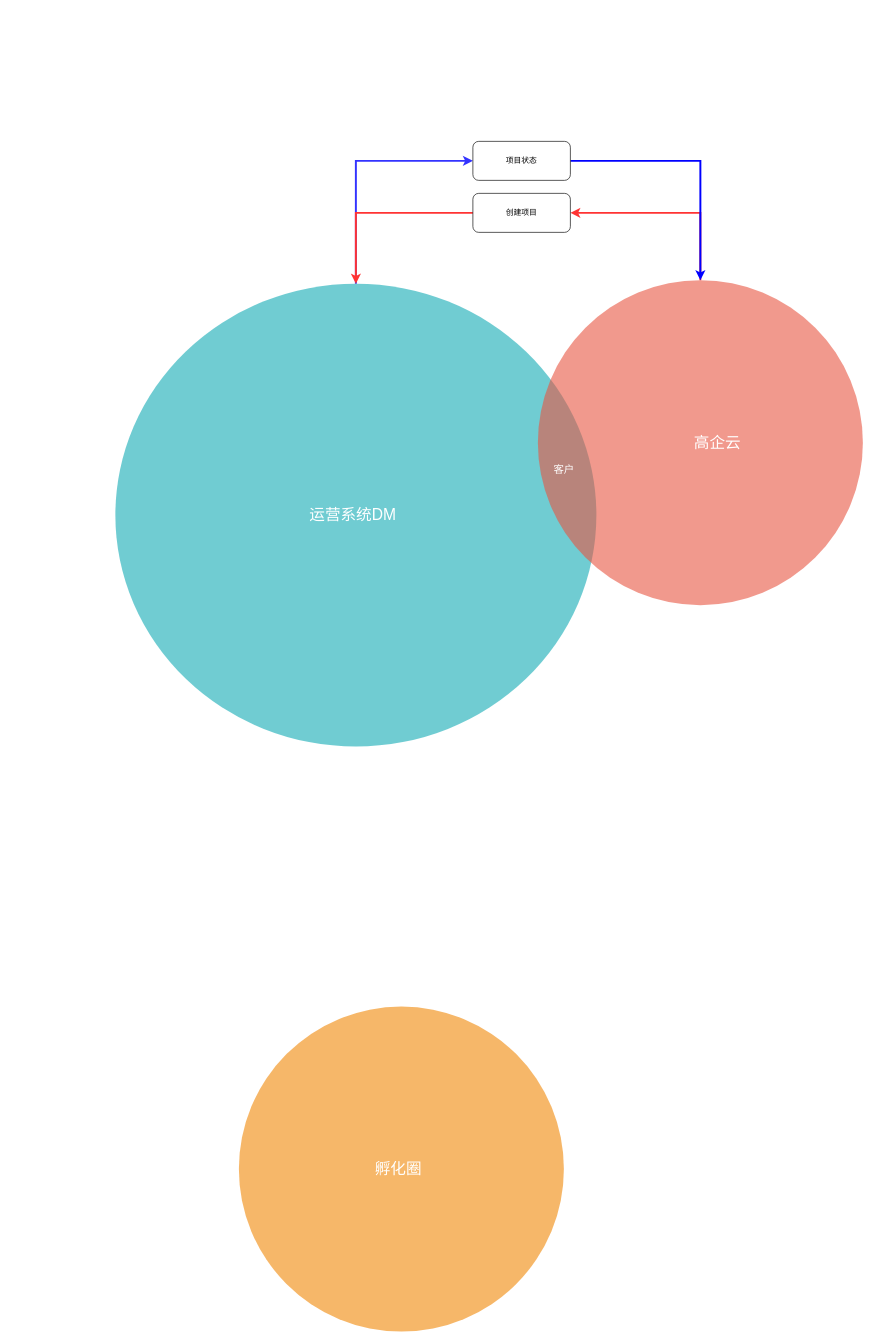
Before: 项目.drawio in cocokoo/website, a draw.io diagram. Source tidied: cells renumbered, new cells numbered last; positions are measured from the earlier drawing's top-left corner, leaving out a move shared by most shapes. Both pictures are drawn from the tidied source at 65%, with x=0, y=0 at pixel (115, 141).
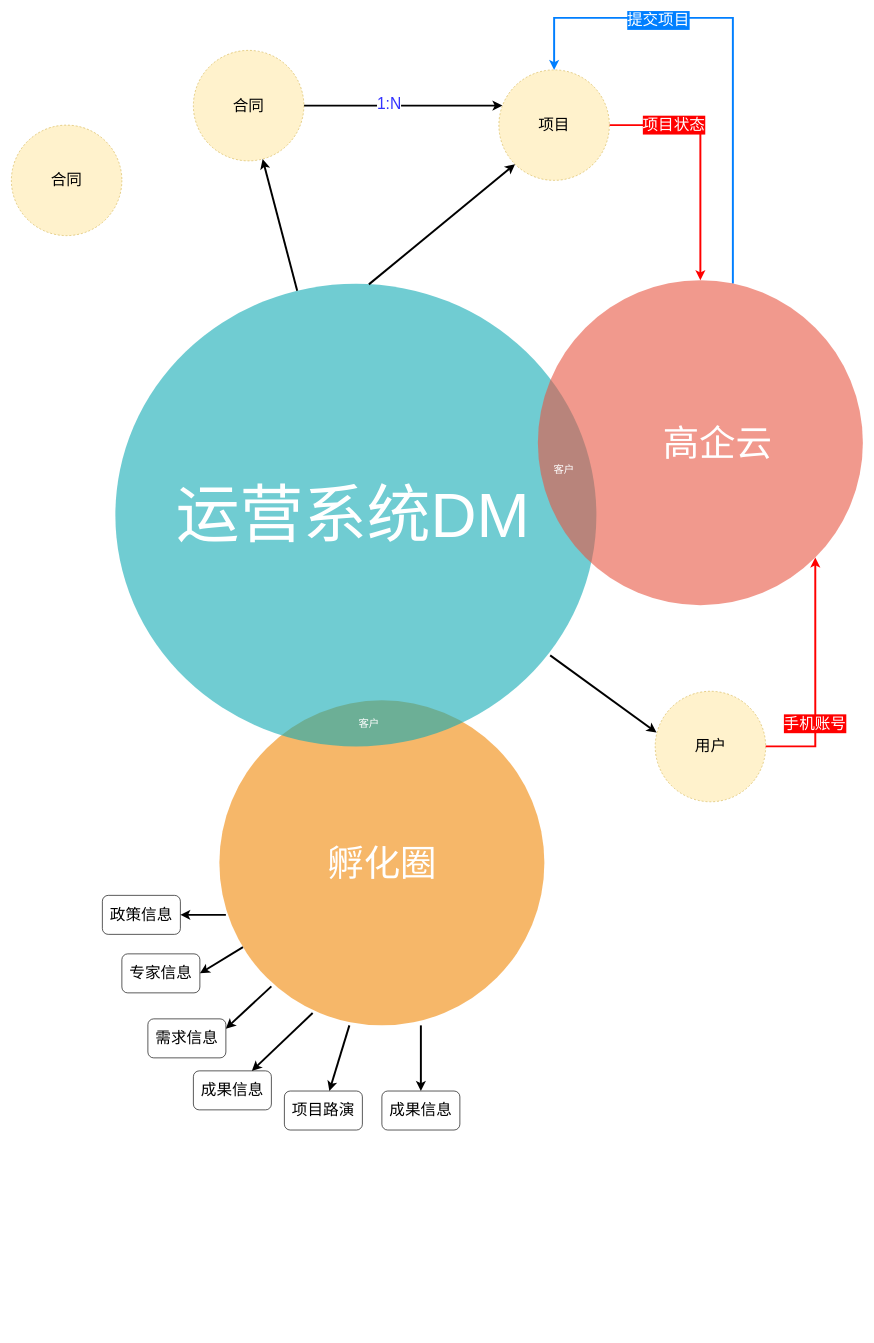
Above is the later version.

The change refers to these unchanged cells:
```xml
<mxCell id="4" style="ellipse;fillColor=#12AAB5;opacity=60;strokeColor=none;html=1;fontColor=#FFFFFF;" parent="1" vertex="1">
  <mxGeometry y="219" width="740" height="712" as="geometry" />
</mxCell>
<mxCell id="6" style="ellipse;fillColor=#e85642;opacity=60;strokeColor=none;html=1;fontColor=#FFFFFF;" parent="1" vertex="1">
  <mxGeometry x="650" y="213.5" width="500" height="500" as="geometry" />
</mxCell>
```

Diff of the diagram source:
```diff
@@
-    <mxCell id="2" style="ellipse;fillColor=#F08705;opacity=60;strokeColor=none;html=1;fontColor=#FFFFFF;" parent="1" vertex="1">
-      <mxGeometry x="190" y="1331" width="500" height="500" as="geometry" />
+    <mxCell id="2" value="&lt;font style=&quot;font-size: 56px&quot;&gt;孵化圈&lt;/font&gt;" style="ellipse;fillColor=#F08705;opacity=60;strokeColor=none;html=1;fontColor=#FFFFFF;" parent="1" vertex="1">
+      <mxGeometry x="160" y="860" width="500" height="500" as="geometry" />
     </mxCell>
-    <mxCell id="3" style="edgeStyle=orthogonalEdgeStyle;rounded=0;jettySize=auto;html=1;entryX=0;entryY=0.5;entryDx=0;entryDy=0;strokeColor=#3333FF;strokeWidth=3;" parent="1" edge="1" source="4" target="12">
-      <mxGeometry relative="1" as="geometry" />
-    </mxCell>
@@
-    <mxCell id="5" style="edgeStyle=orthogonalEdgeStyle;rounded=0;jettySize=auto;html=1;entryX=1;entryY=0.5;entryDx=0;entryDy=0;strokeColor=#FF3333;strokeWidth=3;" parent="1" edge="1" source="6" target="14">
-      <mxGeometry relative="1" as="geometry" />
-    </mxCell>
+    <mxCell id="15" style="edgeStyle=orthogonalEdgeStyle;rounded=0;jettySize=auto;html=1;entryX=0.5;entryY=0;entryDx=0;entryDy=0;strokeColor=#007FFF;strokeWidth=3;fontSize=24;fontColor=#FF0000;" parent="1" edge="1" source="6" target="18">
+      <mxGeometry relative="1" as="geometry">
+        <Array as="points">
+          <mxPoint x="950" y="-190" />
+          <mxPoint x="675" y="-190" />
+        </Array>
+      </mxGeometry>
+    </mxCell>
+    <mxCell id="16" value="提交项目" style="text;html=1;align=center;verticalAlign=middle;labelBackgroundColor=#007FFF;fontSize=24;labelBorderColor=none;fontColor=#FFFFFF;" parent="15" vertex="1">
+      <mxGeometry x="0.06" y="116" relative="1" as="geometry" />
+    </mxCell>
@@
-    <mxCell id="7" value="运营系统DM" style="text;fontSize=24;align=center;verticalAlign=middle;html=1;fontColor=#FFFFFF;" parent="1" vertex="1">
+    <mxCell id="7" value="&lt;font style=&quot;font-size: 98px&quot;&gt;运营系统DM&lt;/font&gt;" style="text;fontSize=24;align=center;verticalAlign=middle;html=1;fontColor=#FFFFFF;" parent="1" vertex="1">
       <mxGeometry x="270" y="540" width="190" height="70" as="geometry" />
     </mxCell>
-    <mxCell id="8" value="高企云" style="text;fontSize=24;align=center;verticalAlign=middle;html=1;fontColor=#FFFFFF;" parent="1" vertex="1">
+    <mxCell id="8" value="&lt;font style=&quot;font-size: 56px&quot;&gt;高企云&lt;/font&gt;" style="text;fontSize=24;align=center;verticalAlign=middle;html=1;fontColor=#FFFFFF;" parent="1" vertex="1">
       <mxGeometry x="830.5" y="428.5" width="190" height="70" as="geometry" />
     </mxCell>
@@
-    <mxCell id="11" style="edgeStyle=orthogonalEdgeStyle;rounded=0;jettySize=auto;html=1;entryX=0.5;entryY=0;entryDx=0;entryDy=0;strokeColor=#0000FF;strokeWidth=3;" parent="1" edge="1" source="12" target="6">
-      <mxGeometry relative="1" as="geometry">
-        <Array as="points">
-          <mxPoint x="900" y="30" />
-        </Array>
-      </mxGeometry>
-    </mxCell>
+    <mxCell id="17" style="edgeStyle=orthogonalEdgeStyle;rounded=0;jettySize=auto;html=1;exitX=1;exitY=0.5;exitDx=0;exitDy=0;strokeColor=#FF0000;strokeWidth=3;fontSize=24;" parent="1" edge="1" source="18" target="6">
+      <mxGeometry relative="1" as="geometry" />
+    </mxCell>
-    <mxCell id="12" value="项目状态" style="rounded=1;whiteSpace=wrap;html=1;" parent="1" vertex="1">
-      <mxGeometry x="550" width="150" height="60" as="geometry" />
+    <mxCell id="12" value="项目状态" style="text;html=1;points=[];align=center;verticalAlign=middle;labelBackgroundColor=#FF0000;fontSize=24;labelBorderColor=none;fontColor=#FFFFFF;" parent="17" vertex="1">
+      <mxGeometry x="-0.48" y="1" relative="1" as="geometry" />
     </mxCell>
-    <mxCell id="13" style="edgeStyle=orthogonalEdgeStyle;rounded=0;jettySize=auto;html=1;entryX=0.5;entryY=0;entryDx=0;entryDy=0;exitX=0;exitY=0.5;exitDx=0;exitDy=0;strokeColor=#FF3333;strokeWidth=3;" parent="1" edge="1" source="14" target="4">
-      <mxGeometry relative="1" as="geometry" />
-    </mxCell>
-    <mxCell id="14" value="创建项目" style="rounded=1;whiteSpace=wrap;html=1;" parent="1" vertex="1">
-      <mxGeometry x="550" y="80" width="150" height="60" as="geometry" />
-    </mxCell>
+    <mxCell id="18" value="项目" style="ellipse;whiteSpace=wrap;html=1;fillColor=#fff2cc;strokeColor=#d6b656;dashed=1;fontSize=24;" parent="1" vertex="1">
+      <mxGeometry x="590" y="-110" width="170" height="170" as="geometry" />
+    </mxCell>
+    <mxCell id="19" style="endArrow=classic;html=1;strokeColor=#000000;strokeWidth=3;entryX=0;entryY=1;entryDx=0;entryDy=0;" parent="1" edge="1" target="18">
+      <mxGeometry relative="1" as="geometry">
+        <mxPoint x="390" y="220" as="sourcePoint" />
+      </mxGeometry>
+    </mxCell>
+    <mxCell id="20" value="用户" style="ellipse;whiteSpace=wrap;html=1;fillColor=#fff2cc;strokeColor=#d6b656;dashed=1;fontSize=24;" parent="1" vertex="1">
+      <mxGeometry x="830.5" y="846" width="170" height="170" as="geometry" />
+    </mxCell>
+    <mxCell id="21" value="客户" style="text;align=center;html=1;fontColor=#FFFFFF;fontSize=16;" parent="1" vertex="1">
+      <mxGeometry x="370" y="880" width="40" height="40" as="geometry" />
+    </mxCell>
+    <mxCell id="22" style="endArrow=classic;html=1;strokeColor=#000000;strokeWidth=3;fontSize=24;fontColor=#3333FF;entryX=0.012;entryY=0.374;entryDx=0;entryDy=0;exitX=0.904;exitY=0.803;exitDx=0;exitDy=0;exitPerimeter=0;entryPerimeter=0;" parent="1" edge="1" source="4" target="20">
+      <mxGeometry relative="1" as="geometry" />
+    </mxCell>
+    <mxCell id="23" style="edgeStyle=orthogonalEdgeStyle;rounded=0;jettySize=auto;html=1;exitX=1;exitY=0.5;exitDx=0;exitDy=0;strokeColor=#FF0000;strokeWidth=3;fontSize=24;entryX=1;entryY=1;entryDx=0;entryDy=0;" parent="1" edge="1" target="6">
+      <mxGeometry relative="1" as="geometry">
+        <mxPoint x="1000.5" y="930.8" as="sourcePoint" />
+        <Array as="points">
+          <mxPoint x="1077" y="931" />
+        </Array>
+      </mxGeometry>
+    </mxCell>
+    <mxCell id="24" value="手机账号" style="text;html=1;align=center;verticalAlign=bottom;labelBackgroundColor=#FF0000;fontSize=24;labelBorderColor=none;fontColor=#FFFFFF;" parent="23" vertex="1">
+      <mxGeometry x="-0.48" y="1" relative="1" as="geometry" />
+    </mxCell>
+    <mxCell id="25" value="&lt;font color=&quot;#000000&quot;&gt;政策信息&lt;/font&gt;" style="rounded=1;whiteSpace=wrap;html=1;labelBackgroundColor=none;fontSize=24;fontColor=#3333FF;fillColor=#ffffff;" parent="1" vertex="1">
+      <mxGeometry x="-20" y="1160" width="120" height="60" as="geometry" />
+    </mxCell>
+    <mxCell id="26" style="endArrow=classic;html=1;strokeColor=#000000;strokeWidth=3;fontSize=24;fontColor=#3333FF;entryX=1;entryY=0.5;entryDx=0;entryDy=0;" parent="1" edge="1" target="25">
+      <mxGeometry relative="1" as="geometry">
+        <mxPoint x="170" y="1190" as="sourcePoint" />
+      </mxGeometry>
+    </mxCell>
+    <mxCell id="27" value="&lt;font color=&quot;#000000&quot;&gt;专家信息&lt;/font&gt;" style="rounded=1;whiteSpace=wrap;html=1;labelBackgroundColor=none;fontSize=24;fontColor=#3333FF;fillColor=#ffffff;" parent="1" vertex="1">
+      <mxGeometry x="10" y="1250" width="120" height="60" as="geometry" />
+    </mxCell>
+    <mxCell id="28" style="endArrow=classic;html=1;strokeColor=#000000;strokeWidth=3;fontSize=24;fontColor=#3333FF;entryX=1;entryY=0.5;entryDx=0;entryDy=0;" parent="1" edge="1" source="2" target="27">
+      <mxGeometry relative="1" as="geometry" />
+    </mxCell>
+    <mxCell id="29" value="&lt;font color=&quot;#000000&quot;&gt;需求信息&lt;/font&gt;" style="rounded=1;whiteSpace=wrap;html=1;labelBackgroundColor=none;fontSize=24;fontColor=#3333FF;fillColor=#ffffff;" parent="1" vertex="1">
+      <mxGeometry x="50" y="1350" width="120" height="60" as="geometry" />
+    </mxCell>
+    <mxCell id="30" style="endArrow=classic;html=1;strokeColor=#000000;strokeWidth=3;fontSize=24;fontColor=#3333FF;entryX=1;entryY=0.25;entryDx=0;entryDy=0;" parent="1" edge="1" target="29">
+      <mxGeometry relative="1" as="geometry">
+        <mxPoint x="240" y="1300" as="sourcePoint" />
+      </mxGeometry>
+    </mxCell>
+    <mxCell id="31" value="&lt;font color=&quot;#000000&quot;&gt;成果信息&lt;/font&gt;" style="rounded=1;whiteSpace=wrap;html=1;labelBackgroundColor=none;fontSize=24;fontColor=#3333FF;fillColor=#ffffff;" parent="1" vertex="1">
+      <mxGeometry x="120" y="1430" width="120" height="60" as="geometry" />
+    </mxCell>
+    <mxCell id="32" style="endArrow=classic;html=1;strokeColor=#000000;strokeWidth=3;fontSize=24;fontColor=#3333FF;entryX=0.75;entryY=0;entryDx=0;entryDy=0;exitX=0.287;exitY=0.962;exitDx=0;exitDy=0;exitPerimeter=0;" parent="1" edge="1" source="2" target="31">
+      <mxGeometry relative="1" as="geometry" />
+    </mxCell>
+    <mxCell id="33" value="&lt;font color=&quot;#000000&quot;&gt;项目路演&lt;/font&gt;" style="rounded=1;whiteSpace=wrap;html=1;labelBackgroundColor=none;fontSize=24;fontColor=#3333FF;fillColor=#ffffff;" parent="1" vertex="1">
+      <mxGeometry x="260" y="1461" width="120" height="60" as="geometry" />
+    </mxCell>
+    <mxCell id="34" style="endArrow=classic;html=1;strokeColor=#000000;strokeWidth=3;fontSize=24;fontColor=#3333FF;" parent="1" edge="1" target="33">
+      <mxGeometry relative="1" as="geometry">
+        <mxPoint x="360" y="1360" as="sourcePoint" />
+      </mxGeometry>
+    </mxCell>
+    <mxCell id="35" value="&lt;font color=&quot;#000000&quot;&gt;成果信息&lt;/font&gt;" style="rounded=1;whiteSpace=wrap;html=1;labelBackgroundColor=none;fontSize=24;fontColor=#3333FF;fillColor=#ffffff;" parent="1" vertex="1">
+      <mxGeometry x="410" y="1461" width="120" height="60" as="geometry" />
+    </mxCell>
+    <mxCell id="36" style="endArrow=classic;html=1;strokeColor=#000000;strokeWidth=3;fontSize=24;fontColor=#3333FF;entryX=0.5;entryY=0;entryDx=0;entryDy=0;" parent="1" edge="1" target="35">
+      <mxGeometry relative="1" as="geometry">
+        <mxPoint x="470" y="1360" as="sourcePoint" />
+      </mxGeometry>
+    </mxCell>
+    <mxCell id="37" style="edgeStyle=orthogonalEdgeStyle;rounded=0;jettySize=auto;html=1;strokeColor=#000000;strokeWidth=3;fontSize=24;fontColor=#3333FF;" parent="1" edge="1" source="39" target="18">
+      <mxGeometry relative="1" as="geometry">
+        <Array as="points">
+          <mxPoint x="520" y="-55" />
+          <mxPoint x="520" y="-55" />
+        </Array>
+      </mxGeometry>
+    </mxCell>
+    <mxCell id="38" value="1:N&lt;br&gt;" style="text;html=1;align=center;verticalAlign=middle;labelBackgroundColor=#ffffff;fontSize=24;fontColor=#3333FF;" parent="37" vertex="1">
+      <mxGeometry x="0.5" y="99" relative="1" as="geometry">
+        <mxPoint x="-99" y="96" as="offset" />
+      </mxGeometry>
+    </mxCell>
+    <mxCell id="39" value="合同" style="ellipse;whiteSpace=wrap;html=1;fillColor=#fff2cc;strokeColor=#d6b656;dashed=1;fontSize=24;" parent="1" vertex="1">
+      <mxGeometry x="120" y="-140" width="170" height="170" as="geometry" />
+    </mxCell>
+    <mxCell id="40" style="endArrow=classic;html=1;strokeColor=#000000;strokeWidth=3;fontSize=24;fontColor=#3333FF;" parent="1" edge="1" source="4" target="39">
+      <mxGeometry relative="1" as="geometry" />
+    </mxCell>
+    <mxCell id="41" value="合同" style="ellipse;whiteSpace=wrap;html=1;fillColor=#fff2cc;strokeColor=#d6b656;dashed=1;fontSize=24;" parent="1" vertex="1">
+      <mxGeometry x="-160" y="-25" width="170" height="170" as="geometry" />
+    </mxCell>
```
